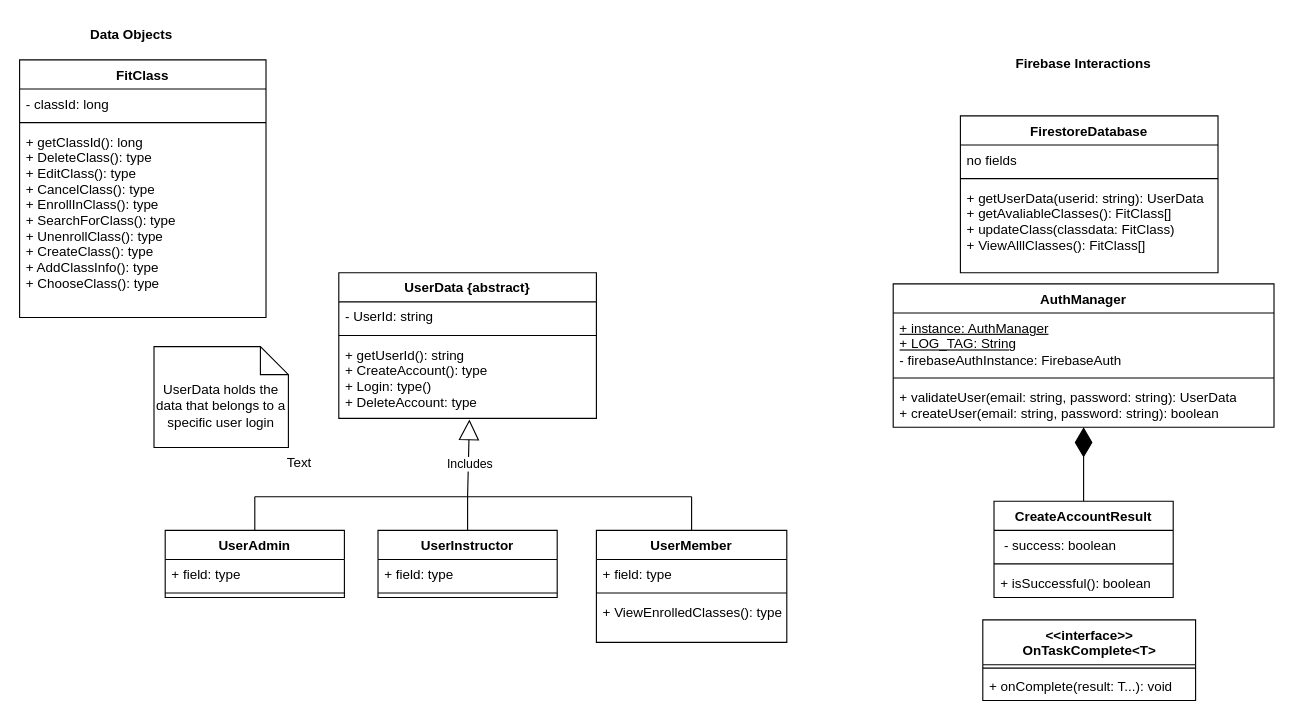
Earlier version of the draw.io diagram docs/diagrams/UML_Class_Diagram.drawio (ritvik130/Fitbits). Source tidied: cells renumbered, new cells numbered last; positions are measured from the earlier drawing's top-left corner, leaving out a move shared by most shapes. Both pictures are drawn from the tidied source at 112%, with x=0, y=0 at pixel (19, 19).
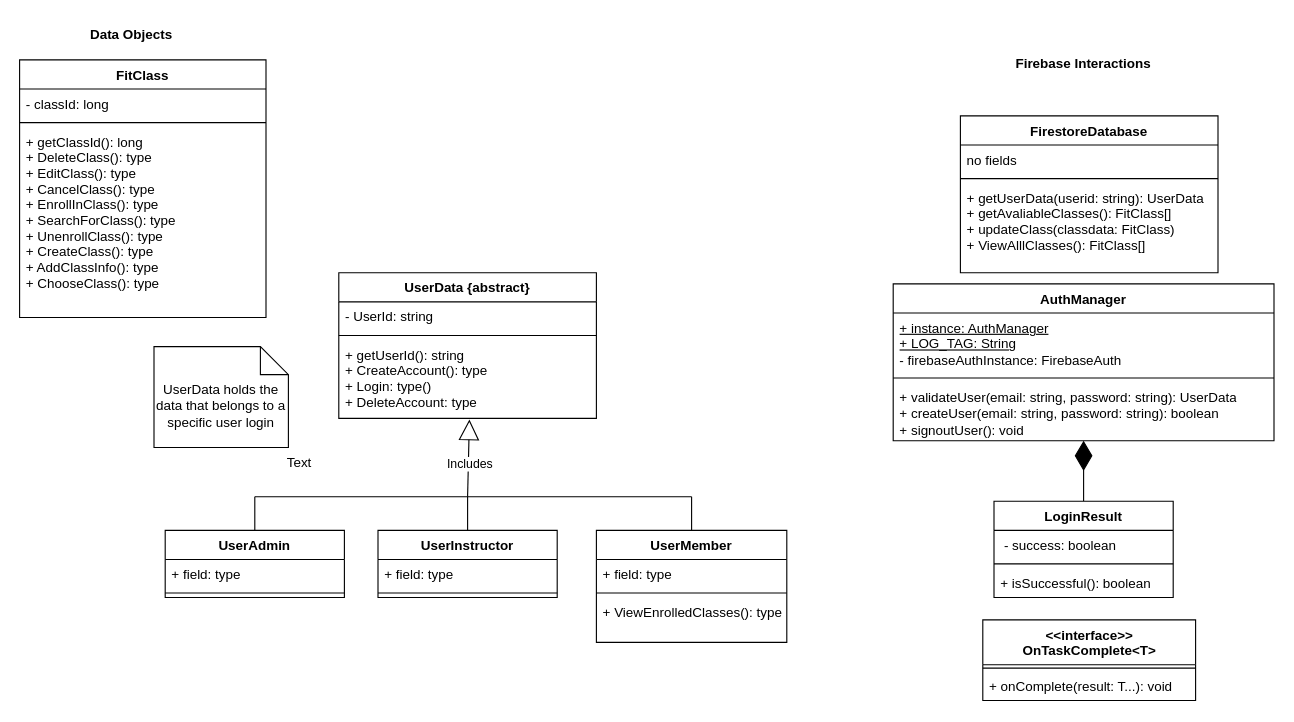
The same page after the edit.

The edit, as a diff of the source:
```diff
@@
     <mxCell id="6" value="AuthManager" style="swimlane;fontStyle=1;align=center;verticalAlign=top;horizontal=1;startSize=26;" parent="1" vertex="1">
-      <mxGeometry x="780" y="236" width="340" height="128" as="geometry" />
+      <mxGeometry x="780" y="236" width="340" height="140" as="geometry" />
     </mxCell>
@@
-    <mxCell id="9" value="+ validateUser(email: string, password: string): UserData&lt;br&gt;+ createUser(email: string, password: string): boolean" style="text;strokeColor=none;fillColor=none;align=left;verticalAlign=top;spacingLeft=4;spacingRight=4;overflow=hidden;points=[[0,0.5],[1,0.5]];portConstraint=eastwest;fontStyle=0;html=1;" parent="6" vertex="1">
-      <mxGeometry y="88" width="340" height="40" as="geometry" />
+    <mxCell id="9" value="+ validateUser(email: string, password: string): UserData&lt;br&gt;+ createUser(email: string, password: string): boolean&lt;br&gt;+ signoutUser(): void" style="text;strokeColor=none;fillColor=none;align=left;verticalAlign=top;spacingLeft=4;spacingRight=4;overflow=hidden;points=[[0,0.5],[1,0.5]];portConstraint=eastwest;fontStyle=0;html=1;" parent="6" vertex="1">
+      <mxGeometry y="88" width="340" height="52" as="geometry" />
     </mxCell>
@@
-    <mxCell id="41" value="CreateAccountResult" style="swimlane;fontStyle=1;align=center;verticalAlign=top;horizontal=1;startSize=26;" parent="1" vertex="1">
+    <mxCell id="41" value="LoginResult" style="swimlane;fontStyle=1;align=center;verticalAlign=top;horizontal=1;startSize=26;" parent="1" vertex="1">
       <mxGeometry x="870" y="430" width="160" height="86" as="geometry" />
     </mxCell>
```
